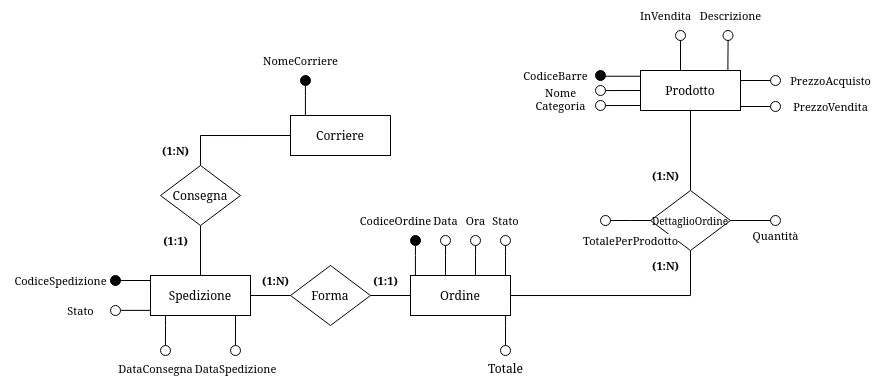
The draw.io diagram fase_due/images/rifinitura_ordine.png in IonutZbir/ProgettoDatabase, before a commit. Source tidied: cells renumbered, new cells last; positions are measured from the earlier drawing's top-left corner, leaving out a move shared by most shapes.
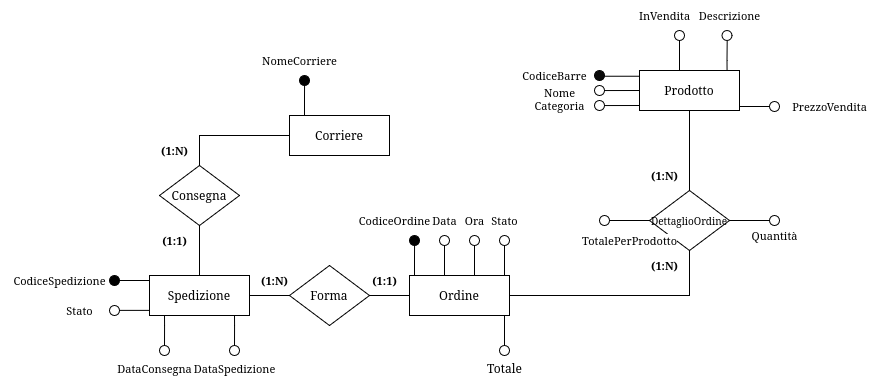
After the commit.

The edit, as a diff of the source:
```diff
@@ -212,14 +212,6 @@
         <mxPoint x="605" y="105" as="targetPoint" />
       </mxGeometry>
     </mxCell>
-    <mxCell id="50" style="edgeStyle=orthogonalEdgeStyle;shape=connector;rounded=0;jettySize=auto;html=1;strokeColor=default;align=center;verticalAlign=middle;fontFamily=Helvetica;fontSize=11;fontColor=default;labelBackgroundColor=default;endArrow=none;endFill=0;entryX=0;entryY=0.5;entryDx=0;entryDy=0;" parent="1" edge="1" target="51">
-      <mxGeometry relative="1" as="geometry">
-        <mxPoint x="740" y="80" as="sourcePoint" />
-      </mxGeometry>
-    </mxCell>
-    <mxCell id="51" style="ellipse;whiteSpace=wrap;html=1;fontFamily=Helvetica;fontSize=11;fontColor=default;labelBackgroundColor=default;fillColor=none;" parent="1" vertex="1">
-      <mxGeometry x="770" y="75" width="10" height="10" as="geometry" />
-    </mxCell>
     <mxCell id="52" style="ellipse;whiteSpace=wrap;html=1;fontFamily=Helvetica;fontSize=11;fontColor=default;labelBackgroundColor=default;fillColor=#0A0A0A;" parent="1" vertex="1">
       <mxGeometry x="595" y="70" width="10" height="10" as="geometry" />
     </mxCell>
@@ -235,9 +227,6 @@
     <mxCell id="56" value="Categoria" style="text;html=1;align=center;verticalAlign=middle;strokeColor=none;fillColor=none;fontFamily=Helvetica;fontSize=11;fontColor=default;labelBackgroundColor=default;" parent="1" vertex="1">
       <mxGeometry x="525" y="90" width="70" height="30" as="geometry" />
     </mxCell>
-    <mxCell id="57" value="PrezzoAcquisto" style="text;html=1;align=center;verticalAlign=middle;strokeColor=none;fillColor=none;fontFamily=Helvetica;fontSize=11;fontColor=default;labelBackgroundColor=default;" parent="1" vertex="1">
-      <mxGeometry x="780" y="65" width="100" height="30" as="geometry" />
-    </mxCell>
     <mxCell id="58" value="&lt;div&gt;Prodotto&lt;/div&gt;" style="whiteSpace=wrap;html=1;align=center;" parent="1" vertex="1">
       <mxGeometry x="640" y="70" width="100" height="40" as="geometry" />
     </mxCell>
```
